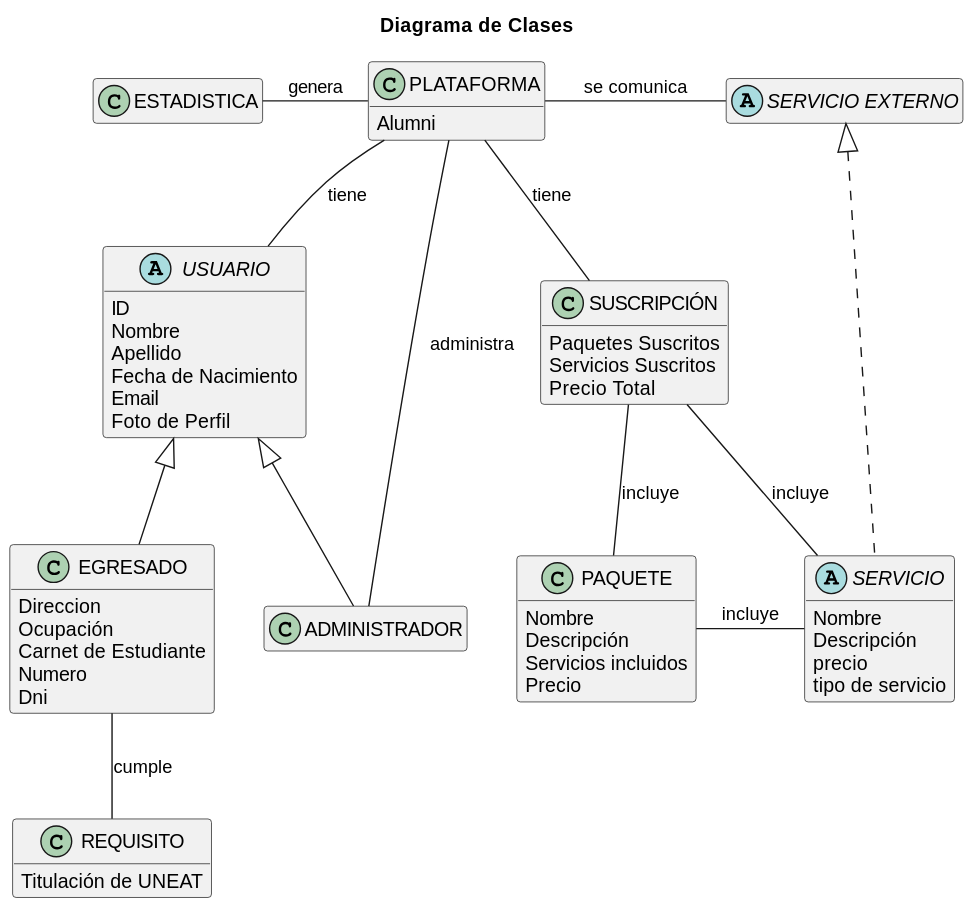
mmasias/23-24-IdSw1-SDR keeps this PlantUML diagram as Modelo_de_Dominio/Diagramas_de_Clases/Diagramas_Finales/Cuarta_Iteración/Diagrama_de_Clases/Diagrama_de_Clases.svg. Above is the earlier version.
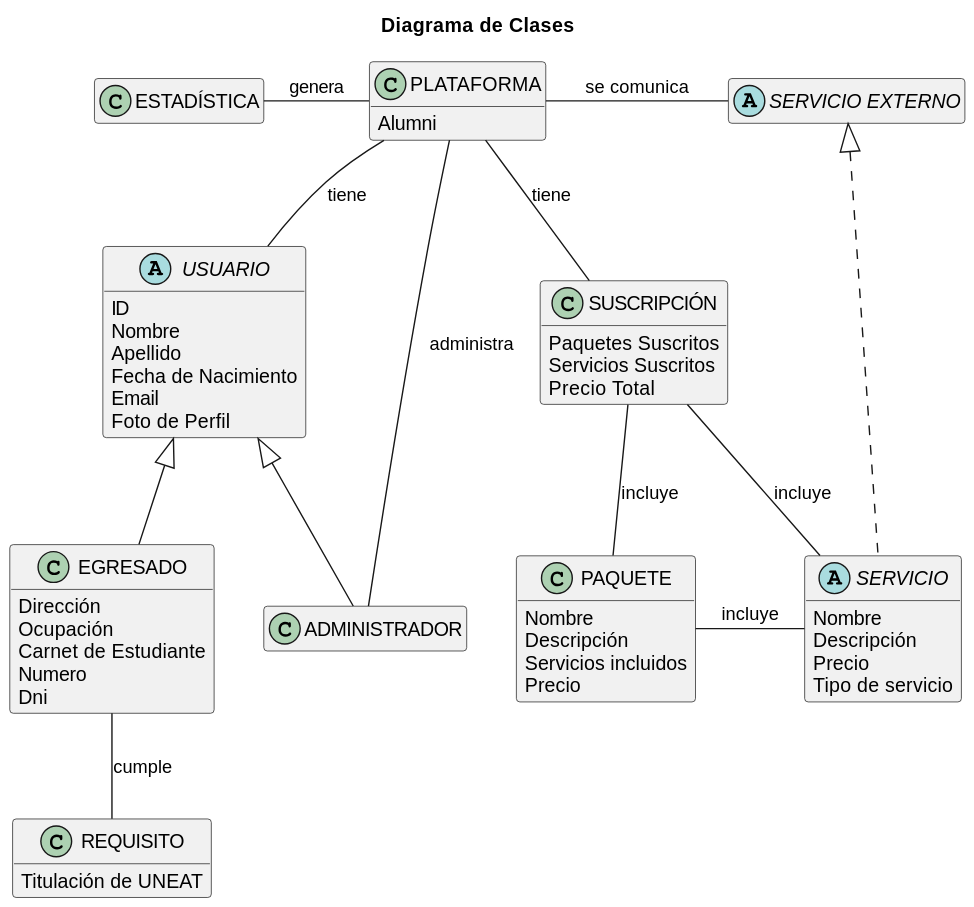
Above is the later version.

What changed in the source:
```diff
@@ -26,7 +26,7 @@
 
 class EGRESADO
 {
-    Direccion
+    Dirección
     Ocupación
     Carnet de Estudiante
     Numero
@@ -42,7 +42,7 @@
     Titulación de UNEAT
 }
 
-class ESTADISTICA
+class ESTADÍSTICA
 {
 }
 
@@ -65,12 +65,12 @@
 {
     Nombre
     Descripción
-    precio
-    tipo de servicio
+    Precio
+    Tipo de servicio
 }
 
 PLATAFORMA -- USUARIO : tiene
-PLATAFORMA -left ESTADISTICA : genera
+PLATAFORMA -left ESTADÍSTICA : genera
 PLATAFORMA -right- "SERVICIO EXTERNO" : se comunica
 SERVICIO .up..|> "SERVICIO EXTERNO"
 SUSCRIPCIÓN -up- PLATAFORMA : tiene
```
